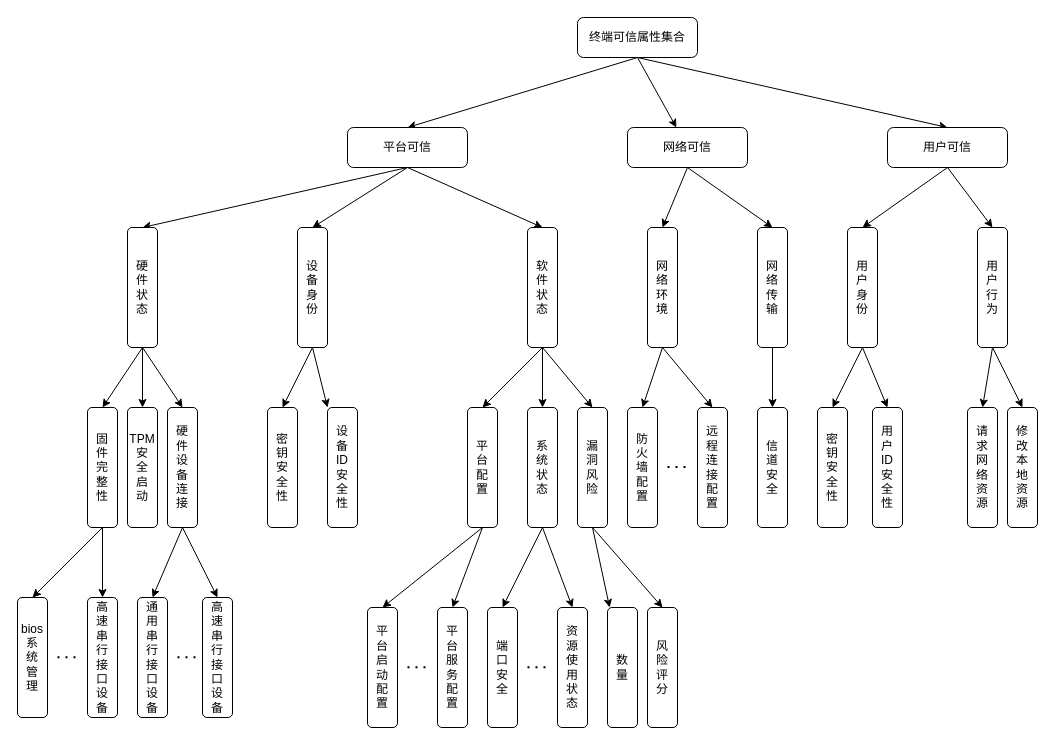
Earlier version of the draw.io diagram testDirectory/终端可信属性集合.drawio (Moose1273/-). Source tidied: cells renumbered, new cells numbered last; positions are measured from the earlier drawing's top-left corner, leaving out a move shared by most shapes. Both pictures are drawn from the tidied source at 100%, with x=0, y=0 at pixel (17, 17).
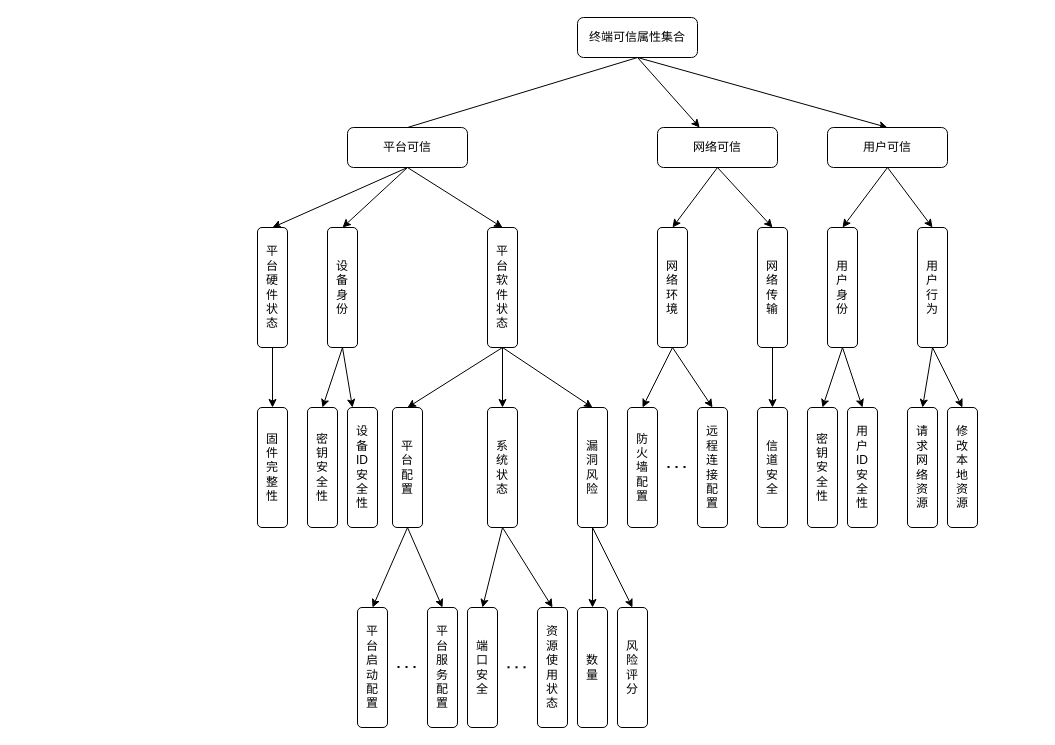
The same diagram, later.

Commit message:
更新终端可信属性集合.drawio

Unchanged cells that the change refers to:
```xml
<mxCell id="5" value="终端可信属性集合" style="rounded=1;whiteSpace=wrap;html=1;" parent="1" vertex="1">
  <mxGeometry x="560" width="120" height="40" as="geometry" />
</mxCell>
<mxCell id="9" value="平台可信" style="rounded=1;whiteSpace=wrap;html=1;" parent="1" vertex="1">
  <mxGeometry x="330" y="110" width="120" height="40" as="geometry" />
</mxCell>
```

What changed in the source:
```diff
@@
-    <mxCell id="2" style="rounded=0;jettySize=auto;html=1;exitX=0.5;exitY=1;exitDx=0;exitDy=0;entryX=0.5;entryY=0;entryDx=0;entryDy=0;" parent="1" edge="1" source="5" target="9">
-      <mxGeometry relative="1" as="geometry" />
-    </mxCell>
@@
+    <mxCell id="2" style="rounded=0;jettySize=auto;html=1;exitX=0.5;exitY=1;exitDx=0;exitDy=0;entryX=0.5;entryY=0;entryDx=0;entryDy=0;endArrow=none;endFill=0;" parent="1" edge="1" source="5" target="9">
+      <mxGeometry relative="1" as="geometry" />
+    </mxCell>
@@
     <mxCell id="12" value="网络可信" style="rounded=1;whiteSpace=wrap;html=1;" parent="1" vertex="1">
-      <mxGeometry x="610" y="110" width="120" height="40" as="geometry" />
+      <mxGeometry x="640" y="110" width="120" height="40" as="geometry" />
     </mxCell>
@@
     <mxCell id="15" value="用户可信" style="rounded=1;whiteSpace=wrap;html=1;" parent="1" vertex="1">
-      <mxGeometry x="870" y="110" width="120" height="40" as="geometry" />
+      <mxGeometry x="810" y="110" width="120" height="40" as="geometry" />
     </mxCell>
@@
-    <mxCell id="17" style="rounded=0;jettySize=auto;html=1;exitX=1;exitY=0.5;exitDx=0;exitDy=0;" parent="1" edge="1" source="19" target="32">
+    <mxCell id="17" style="rounded=0;jettySize=auto;html=1;exitX=1;exitY=0.5;exitDx=0;exitDy=0;entryX=0;entryY=0.5;entryDx=0;entryDy=0;" parent="1" edge="1" source="19" target="32">
       <mxGeometry relative="1" as="geometry" />
     </mxCell>
@@
-    <mxCell id="19" value="软&lt;div&gt;件&lt;/div&gt;&lt;div&gt;状&lt;/div&gt;&lt;div&gt;态&lt;/div&gt;" style="rounded=1;whiteSpace=wrap;html=1;direction=south;" parent="1" vertex="1">
-      <mxGeometry x="510" y="210" width="30" height="120" as="geometry" />
+    <mxCell id="19" value="平&lt;div&gt;台&lt;/div&gt;&lt;div&gt;软&lt;div&gt;件&lt;/div&gt;&lt;div&gt;状&lt;/div&gt;&lt;div&gt;态&lt;/div&gt;&lt;/div&gt;" style="rounded=1;whiteSpace=wrap;html=1;direction=south;" parent="1" vertex="1">
+      <mxGeometry x="470" y="210" width="30" height="120" as="geometry" />
     </mxCell>
@@
-    <mxCell id="21" style="rounded=0;jettySize=auto;html=1;exitX=1;exitY=0.5;exitDx=0;exitDy=0;entryX=0;entryY=0.5;entryDx=0;entryDy=0;" parent="1" edge="1" source="23" target="52">
-      <mxGeometry relative="1" as="geometry" />
-    </mxCell>
-    <mxCell id="22" style="rounded=0;jettySize=auto;html=1;exitX=1;exitY=0.5;exitDx=0;exitDy=0;entryX=0;entryY=0.5;entryDx=0;entryDy=0;" parent="1" edge="1" source="23" target="55">
-      <mxGeometry relative="1" as="geometry" />
-    </mxCell>
-    <mxCell id="23" value="硬&lt;div&gt;件&lt;/div&gt;&lt;div&gt;状&lt;/div&gt;&lt;div&gt;态&lt;/div&gt;" style="rounded=1;whiteSpace=wrap;html=1;direction=south;" parent="1" vertex="1">
-      <mxGeometry x="110" y="210" width="30" height="120" as="geometry" />
+    <mxCell id="23" value="平&lt;div&gt;台&lt;/div&gt;&lt;div&gt;硬&lt;div&gt;件&lt;/div&gt;&lt;div&gt;状&lt;/div&gt;&lt;div&gt;态&lt;/div&gt;&lt;/div&gt;" style="rounded=1;whiteSpace=wrap;html=1;direction=south;" parent="1" vertex="1">
+      <mxGeometry x="240" y="210" width="30" height="120" as="geometry" />
     </mxCell>
@@
     <mxCell id="26" value="设&lt;div&gt;备&lt;/div&gt;&lt;div&gt;身&lt;/div&gt;&lt;div&gt;份&lt;/div&gt;" style="rounded=1;whiteSpace=wrap;html=1;direction=south;" parent="1" vertex="1">
-      <mxGeometry x="280" y="210" width="30" height="120" as="geometry" />
+      <mxGeometry x="310" y="210" width="30" height="120" as="geometry" />
     </mxCell>
@@
     <mxCell id="29" value="平&lt;div&gt;台&lt;/div&gt;&lt;div&gt;配&lt;/div&gt;&lt;div&gt;置&lt;/div&gt;" style="rounded=1;whiteSpace=wrap;html=1;direction=south;" parent="1" vertex="1">
-      <mxGeometry x="450" y="390" width="30" height="120" as="geometry" />
+      <mxGeometry x="375" y="390" width="30" height="120" as="geometry" />
     </mxCell>
@@
     <mxCell id="32" value="系&lt;div&gt;统&lt;/div&gt;&lt;div&gt;状&lt;/div&gt;&lt;div&gt;态&lt;/div&gt;" style="rounded=1;whiteSpace=wrap;html=1;direction=south;" parent="1" vertex="1">
-      <mxGeometry x="510" y="390" width="30" height="120" as="geometry" />
+      <mxGeometry x="470" y="390" width="30" height="120" as="geometry" />
     </mxCell>
@@
     <mxCell id="38" value="网&lt;div&gt;络&lt;/div&gt;&lt;div&gt;环&lt;/div&gt;&lt;div&gt;境&lt;/div&gt;" style="rounded=1;whiteSpace=wrap;html=1;direction=south;" parent="1" vertex="1">
-      <mxGeometry x="630" y="210" width="30" height="120" as="geometry" />
+      <mxGeometry x="640" y="210" width="30" height="120" as="geometry" />
     </mxCell>
@@
     <mxCell id="43" value="用&lt;div&gt;户&lt;br&gt;&lt;div&gt;身&lt;/div&gt;&lt;div&gt;份&lt;br&gt;&lt;/div&gt;&lt;/div&gt;" style="rounded=1;whiteSpace=wrap;html=1;direction=south;" parent="1" vertex="1">
-      <mxGeometry x="830" y="210" width="30" height="120" as="geometry" />
+      <mxGeometry x="810" y="210" width="30" height="120" as="geometry" />
     </mxCell>
@@
     <mxCell id="46" value="用&lt;div&gt;户&lt;/div&gt;&lt;div&gt;行&lt;/div&gt;&lt;div&gt;为&lt;/div&gt;" style="rounded=1;whiteSpace=wrap;html=1;direction=south;" parent="1" vertex="1">
-      <mxGeometry x="960" y="210" width="30" height="120" as="geometry" />
+      <mxGeometry x="900" y="210" width="30" height="120" as="geometry" />
     </mxCell>
     <mxCell id="47" value="密&lt;div&gt;钥&lt;/div&gt;&lt;div&gt;安&lt;/div&gt;&lt;div&gt;全&lt;/div&gt;&lt;div&gt;性&lt;/div&gt;" style="rounded=1;whiteSpace=wrap;html=1;direction=south;" parent="1" vertex="1">
-      <mxGeometry x="800" y="390" width="30" height="120" as="geometry" />
+      <mxGeometry x="790" y="390" width="30" height="120" as="geometry" />
     </mxCell>
     <mxCell id="48" value="用&lt;div&gt;户&lt;/div&gt;&lt;div&gt;ID&lt;div&gt;安&lt;/div&gt;&lt;div&gt;全&lt;/div&gt;&lt;div&gt;性&lt;/div&gt;&lt;/div&gt;" style="rounded=1;whiteSpace=wrap;html=1;direction=south;" parent="1" vertex="1">
-      <mxGeometry x="855" y="390" width="30" height="120" as="geometry" />
+      <mxGeometry x="830" y="390" width="30" height="120" as="geometry" />
     </mxCell>
-    <mxCell id="49" style="rounded=0;jettySize=auto;html=1;exitX=1;exitY=0.5;exitDx=0;exitDy=0;entryX=0;entryY=0.5;entryDx=0;entryDy=0;" parent="1" edge="1" source="51" target="56">
-      <mxGeometry relative="1" as="geometry" />
-    </mxCell>
-    <mxCell id="50" style="rounded=0;jettySize=auto;html=1;exitX=1;exitY=0.5;exitDx=0;exitDy=0;entryX=0;entryY=0.5;entryDx=0;entryDy=0;" parent="1" edge="1" source="51" target="57">
-      <mxGeometry relative="1" as="geometry" />
-    </mxCell>
     <mxCell id="51" value="固&lt;div&gt;件&lt;/div&gt;&lt;div&gt;完&lt;/div&gt;&lt;div&gt;整&lt;/div&gt;&lt;div&gt;性&lt;/div&gt;" style="rounded=1;whiteSpace=wrap;html=1;direction=south;" parent="1" vertex="1">
-      <mxGeometry x="70" y="390" width="30" height="120" as="geometry" />
+      <mxGeometry x="240" y="390" width="30" height="120" as="geometry" />
     </mxCell>
-    <mxCell id="52" value="TPM安&lt;div&gt;全&lt;/div&gt;&lt;div&gt;启&lt;/div&gt;&lt;div&gt;动&lt;/div&gt;" style="rounded=1;whiteSpace=wrap;html=1;direction=south;" parent="1" vertex="1">
-      <mxGeometry x="110" y="390" width="30" height="120" as="geometry" />
-    </mxCell>
-    <mxCell id="53" style="rounded=0;jettySize=auto;html=1;exitX=1;exitY=0.5;exitDx=0;exitDy=0;entryX=0;entryY=0.5;entryDx=0;entryDy=0;" parent="1" edge="1" source="55" target="59">
-      <mxGeometry relative="1" as="geometry" />
-    </mxCell>
-    <mxCell id="54" style="rounded=0;jettySize=auto;html=1;exitX=1;exitY=0.5;exitDx=0;exitDy=0;entryX=0;entryY=0.5;entryDx=0;entryDy=0;" parent="1" edge="1" source="55" target="58">
-      <mxGeometry relative="1" as="geometry" />
-    </mxCell>
-    <mxCell id="55" value="硬&lt;div&gt;件&lt;/div&gt;&lt;div&gt;设&lt;/div&gt;&lt;div&gt;备&lt;/div&gt;&lt;div&gt;连&lt;/div&gt;&lt;div&gt;接&lt;/div&gt;" style="rounded=1;whiteSpace=wrap;html=1;direction=south;" parent="1" vertex="1">
-      <mxGeometry x="150" y="390" width="30" height="120" as="geometry" />
-    </mxCell>
-    <mxCell id="56" value="&lt;div&gt;bios&lt;/div&gt;&lt;div&gt;系&lt;div&gt;统&lt;/div&gt;&lt;div&gt;管&lt;/div&gt;&lt;div&gt;理&lt;/div&gt;&lt;/div&gt;" style="rounded=1;whiteSpace=wrap;html=1;direction=south;" parent="1" vertex="1">
-      <mxGeometry y="580" width="30" height="120" as="geometry" />
-    </mxCell>
-    <mxCell id="57" value="高&lt;div&gt;速&lt;/div&gt;&lt;div&gt;串&lt;/div&gt;&lt;div&gt;行&lt;/div&gt;&lt;div&gt;接&lt;/div&gt;&lt;div&gt;口&lt;/div&gt;&lt;div&gt;设&lt;/div&gt;&lt;div&gt;备&lt;/div&gt;" style="rounded=1;whiteSpace=wrap;html=1;direction=south;" parent="1" vertex="1">
-      <mxGeometry x="70" y="580" width="30" height="120" as="geometry" />
-    </mxCell>
-    <mxCell id="58" value="高&lt;div&gt;速&lt;/div&gt;&lt;div&gt;串&lt;/div&gt;&lt;div&gt;行&lt;/div&gt;&lt;div&gt;接&lt;/div&gt;&lt;div&gt;口&lt;/div&gt;&lt;div&gt;设&lt;/div&gt;&lt;div&gt;备&lt;/div&gt;" style="rounded=1;whiteSpace=wrap;html=1;direction=south;" parent="1" vertex="1">
-      <mxGeometry x="185" y="580" width="30" height="120" as="geometry" />
-    </mxCell>
-    <mxCell id="59" value="&lt;div&gt;通&lt;/div&gt;&lt;div&gt;用&lt;/div&gt;&lt;div&gt;串&lt;/div&gt;&lt;div&gt;行&lt;/div&gt;&lt;div&gt;接&lt;/div&gt;&lt;div&gt;口&lt;/div&gt;&lt;div&gt;设&lt;/div&gt;&lt;div&gt;备&lt;/div&gt;" style="rounded=1;whiteSpace=wrap;html=1;direction=south;" parent="1" vertex="1">
-      <mxGeometry x="120" y="580" width="30" height="120" as="geometry" />
-    </mxCell>
     <mxCell id="60" value="密&lt;div&gt;钥&lt;/div&gt;&lt;div&gt;安&lt;/div&gt;&lt;div&gt;全&lt;/div&gt;&lt;div&gt;性&lt;/div&gt;" style="rounded=1;whiteSpace=wrap;html=1;direction=south;" parent="1" vertex="1">
-      <mxGeometry x="250" y="390" width="30" height="120" as="geometry" />
+      <mxGeometry x="290" y="390" width="30" height="120" as="geometry" />
     </mxCell>
     <mxCell id="61" value="设&lt;div&gt;备&lt;/div&gt;&lt;div&gt;ID&lt;div&gt;安&lt;/div&gt;&lt;div&gt;全&lt;/div&gt;&lt;div&gt;性&lt;/div&gt;&lt;/div&gt;" style="rounded=1;whiteSpace=wrap;html=1;direction=south;" parent="1" vertex="1">
-      <mxGeometry x="310" y="390" width="30" height="120" as="geometry" />
+      <mxGeometry x="330" y="390" width="30" height="120" as="geometry" />
     </mxCell>
     <mxCell id="62" value="平&lt;div&gt;台&lt;/div&gt;&lt;div&gt;启&lt;/div&gt;&lt;div&gt;动&lt;/div&gt;&lt;div&gt;配&lt;/div&gt;&lt;div&gt;置&lt;/div&gt;" style="rounded=1;whiteSpace=wrap;html=1;direction=south;" parent="1" vertex="1">
-      <mxGeometry x="350" y="590" width="30" height="120" as="geometry" />
+      <mxGeometry x="340" y="590" width="30" height="120" as="geometry" />
     </mxCell>
@@
     <mxCell id="64" value="平&lt;div&gt;台&lt;/div&gt;&lt;div&gt;服&lt;/div&gt;&lt;div&gt;务&lt;/div&gt;&lt;div&gt;配&lt;/div&gt;&lt;div&gt;置&lt;/div&gt;" style="rounded=1;whiteSpace=wrap;html=1;direction=south;" parent="1" vertex="1">
-      <mxGeometry x="420" y="590" width="30" height="120" as="geometry" />
+      <mxGeometry x="410" y="590" width="30" height="120" as="geometry" />
     </mxCell>
-    <mxCell id="65" style="endArrow=none;dashed=1;html=1;dashPattern=1 3;strokeWidth=2;rounded=0;" parent="1" edge="1">
-      <mxGeometry relative="1" as="geometry">
-        <mxPoint x="160" y="639.7" as="sourcePoint" />
-        <mxPoint x="180" y="639.7" as="targetPoint" />
-      </mxGeometry>
-    </mxCell>
-    <mxCell id="66" style="endArrow=none;dashed=1;html=1;dashPattern=1 3;strokeWidth=2;rounded=0;" parent="1" edge="1">
-      <mxGeometry relative="1" as="geometry">
-        <mxPoint x="40" y="639.7" as="sourcePoint" />
-        <mxPoint x="60" y="639.7" as="targetPoint" />
-      </mxGeometry>
-    </mxCell>
     <mxCell id="67" style="endArrow=none;dashed=1;html=1;dashPattern=1 3;strokeWidth=2;rounded=0;" parent="1" edge="1">
       <mxGeometry relative="1" as="geometry">
-        <mxPoint x="390" y="649.7" as="sourcePoint" />
-        <mxPoint x="410" y="649.7" as="targetPoint" />
+        <mxPoint x="380" y="649.6" as="sourcePoint" />
+        <mxPoint x="400" y="649.6" as="targetPoint" />
       </mxGeometry>
     </mxCell>
     <mxCell id="68" value="端&lt;div&gt;口&lt;/div&gt;&lt;div&gt;安&lt;/div&gt;&lt;div&gt;全&lt;/div&gt;" style="rounded=1;whiteSpace=wrap;html=1;direction=south;" parent="1" vertex="1">
-      <mxGeometry x="470" y="590" width="30" height="120" as="geometry" />
+      <mxGeometry x="450" y="590" width="30" height="120" as="geometry" />
     </mxCell>
     <mxCell id="69" style="endArrow=none;dashed=1;html=1;dashPattern=1 3;strokeWidth=2;rounded=0;" parent="1" edge="1">
       <mxGeometry relative="1" as="geometry">
-        <mxPoint x="510" y="649.7" as="sourcePoint" />
-        <mxPoint x="530" y="649.7" as="targetPoint" />
+        <mxPoint x="490" y="649.7" as="sourcePoint" />
+        <mxPoint x="510" y="649.7" as="targetPoint" />
       </mxGeometry>
     </mxCell>
     <mxCell id="70" value="资&lt;div&gt;源&lt;/div&gt;&lt;div&gt;使&lt;/div&gt;&lt;div&gt;用&lt;/div&gt;&lt;div&gt;状&lt;/div&gt;&lt;div&gt;态&lt;/div&gt;" style="rounded=1;whiteSpace=wrap;html=1;direction=south;" parent="1" vertex="1">
-      <mxGeometry x="540" y="590" width="30" height="120" as="geometry" />
+      <mxGeometry x="520" y="590" width="30" height="120" as="geometry" />
     </mxCell>
     <mxCell id="71" value="数&lt;div&gt;量&lt;/div&gt;" style="rounded=1;whiteSpace=wrap;html=1;direction=south;" parent="1" vertex="1">
-      <mxGeometry x="590" y="590" width="30" height="120" as="geometry" />
+      <mxGeometry x="560" y="590" width="30" height="120" as="geometry" />
     </mxCell>
     <mxCell id="72" value="风&lt;div&gt;险&lt;/div&gt;&lt;div&gt;评&lt;/div&gt;&lt;div&gt;分&lt;/div&gt;" style="rounded=1;whiteSpace=wrap;html=1;direction=south;" parent="1" vertex="1">
-      <mxGeometry x="630" y="590" width="30" height="120" as="geometry" />
+      <mxGeometry x="600" y="590" width="30" height="120" as="geometry" />
     </mxCell>
@@
     <mxCell id="75" value="请&lt;div&gt;求&lt;/div&gt;&lt;div&gt;网&lt;div&gt;络&lt;/div&gt;&lt;div&gt;资&lt;/div&gt;&lt;div&gt;源&lt;/div&gt;&lt;/div&gt;" style="rounded=1;whiteSpace=wrap;html=1;direction=south;" parent="1" vertex="1">
-      <mxGeometry x="950" y="390" width="30" height="120" as="geometry" />
+      <mxGeometry x="890" y="390" width="30" height="120" as="geometry" />
     </mxCell>
     <mxCell id="76" value="修&lt;div&gt;改&lt;/div&gt;&lt;div&gt;本&lt;/div&gt;&lt;div&gt;地&lt;/div&gt;&lt;div&gt;资&lt;/div&gt;&lt;div&gt;源&lt;/div&gt;" style="rounded=1;whiteSpace=wrap;html=1;direction=south;" parent="1" vertex="1">
-      <mxGeometry x="990" y="390" width="30" height="120" as="geometry" />
+      <mxGeometry x="930" y="390" width="30" height="120" as="geometry" />
     </mxCell>
```
